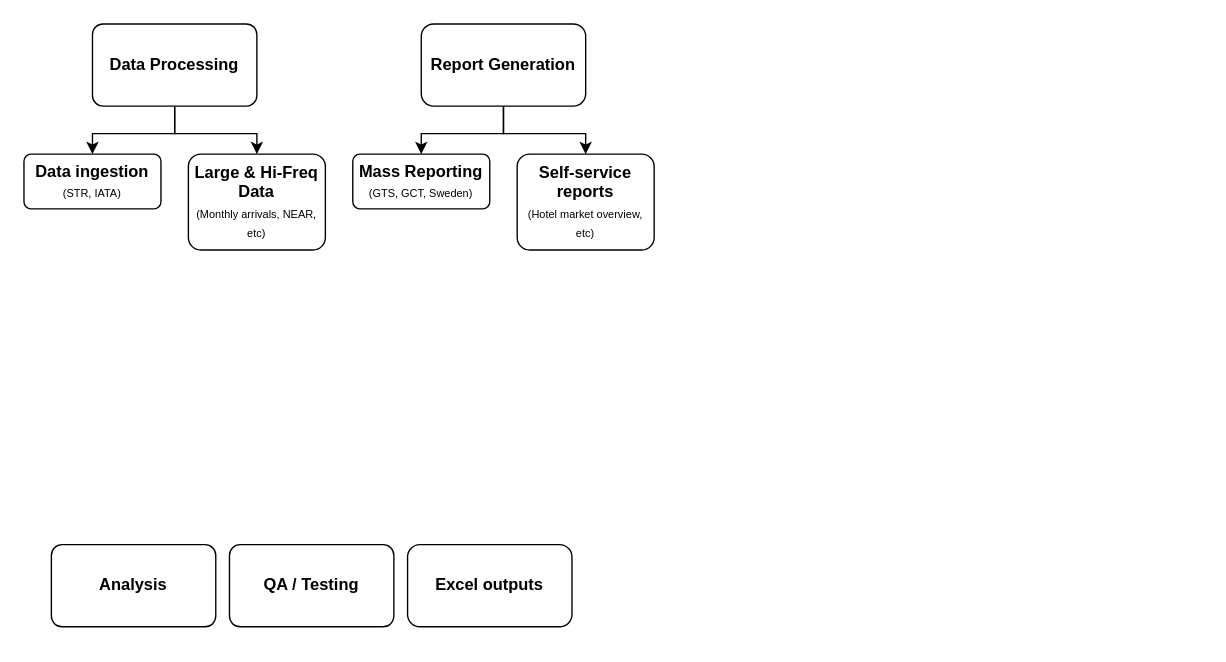
The draw.io diagram diagrams/projects.drawio in jackminchin/te-python, before the edit. Source tidied: cells renumbered, new cells numbered last; positions are measured from the earlier drawing's top-left corner, leaving out a move shared by most shapes. Both pictures are drawn from the tidied source at 137%, with x=0, y=0 at pixel (23, 23).
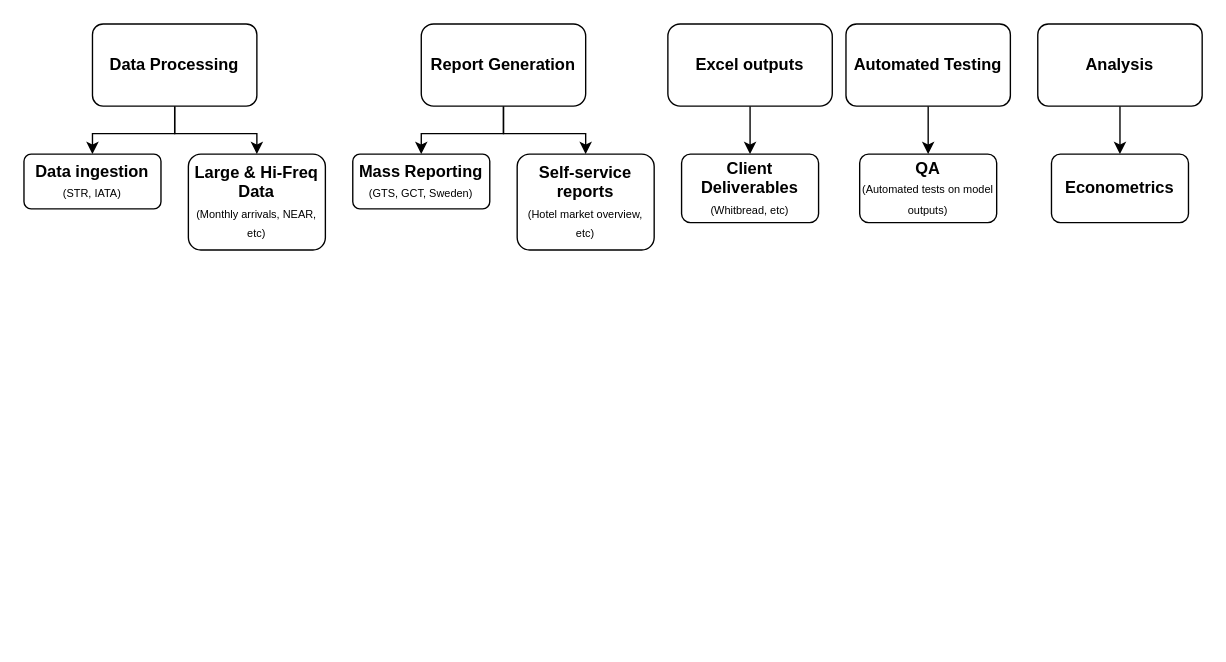
Above is the later version.

What changed in the source:
```diff
@@
+    <mxCell id="16" style="edgeStyle=orthogonalEdgeStyle;rounded=0;jettySize=auto;html=1;exitX=0.5;exitY=1;exitDx=0;exitDy=0;entryX=0.5;entryY=0;entryDx=0;entryDy=0;fontSize=12;" parent="1" edge="1" source="5" target="20">
+      <mxGeometry relative="1" as="geometry" />
+    </mxCell>
-    <mxCell id="5" value="&lt;b&gt;QA / Testing&lt;/b&gt;" style="rounded=1;whiteSpace=wrap;html=1;arcSize=13;" parent="1" vertex="1">
-      <mxGeometry x="150" y="380" width="120" height="60" as="geometry" />
+    <mxCell id="5" value="&lt;b&gt;Automated Testing&lt;/b&gt;" style="rounded=1;whiteSpace=wrap;html=1;arcSize=13;" parent="1" vertex="1">
+      <mxGeometry x="600" width="120" height="60" as="geometry" />
     </mxCell>
+    <mxCell id="17" style="edgeStyle=orthogonalEdgeStyle;rounded=0;jettySize=auto;html=1;exitX=0.5;exitY=1;exitDx=0;exitDy=0;entryX=0.5;entryY=0;entryDx=0;entryDy=0;fontSize=12;" parent="1" edge="1" source="6" target="21">
+      <mxGeometry relative="1" as="geometry" />
+    </mxCell>
-    <mxCell id="6" value="&lt;b&gt;Analysis&lt;/b&gt;" style="rounded=1;whiteSpace=wrap;html=1;arcSize=13;" parent="1" vertex="1">
-      <mxGeometry x="20" y="380" width="120" height="60" as="geometry" />
+    <mxCell id="6" value="&lt;b&gt;Analysis&lt;/b&gt;" style="rounded=1;whiteSpace=wrap;html=1;arcSize=13;glass=0;sketch=0;shadow=0;strokeColor=default;" parent="1" vertex="1">
+      <mxGeometry x="740" width="120" height="60" as="geometry" />
     </mxCell>
@@
+    <mxCell id="18" style="edgeStyle=orthogonalEdgeStyle;rounded=0;jettySize=auto;html=1;exitX=0.5;exitY=1;exitDx=0;exitDy=0;entryX=0.5;entryY=0;entryDx=0;entryDy=0;fontSize=12;" parent="1" edge="1" source="8" target="19">
+      <mxGeometry relative="1" as="geometry" />
+    </mxCell>
     <mxCell id="8" value="&lt;b&gt;Excel outputs&lt;/b&gt;" style="rounded=1;whiteSpace=wrap;html=1;" parent="1" vertex="1">
-      <mxGeometry x="280" y="380" width="120" height="60" as="geometry" />
+      <mxGeometry x="470" width="120" height="60" as="geometry" />
     </mxCell>
@@
+    <mxCell id="19" value="&lt;b&gt;Client Deliverables&lt;/b&gt;&lt;br&gt;&lt;font style=&quot;font-size: 8px&quot;&gt;(Whitbread, etc)&lt;/font&gt;" style="whiteSpace=wrap;html=1;rounded=1;arcSize=13;" parent="1" vertex="1">
+      <mxGeometry x="480" y="95" width="100" height="50" as="geometry" />
+    </mxCell>
+    <mxCell id="20" value="&lt;b&gt;QA&lt;/b&gt;&lt;br&gt;&lt;font style=&quot;font-size: 8px&quot;&gt;(Automated tests on model outputs)&lt;/font&gt;" style="whiteSpace=wrap;html=1;rounded=1;arcSize=13;" parent="1" vertex="1">
+      <mxGeometry x="610" y="95" width="100" height="50" as="geometry" />
+    </mxCell>
+    <mxCell id="21" value="&lt;b&gt;Econometrics&lt;/b&gt;" style="whiteSpace=wrap;html=1;rounded=1;arcSize=13;" parent="1" vertex="1">
+      <mxGeometry x="750" y="95" width="100" height="50" as="geometry" />
+    </mxCell>
```
